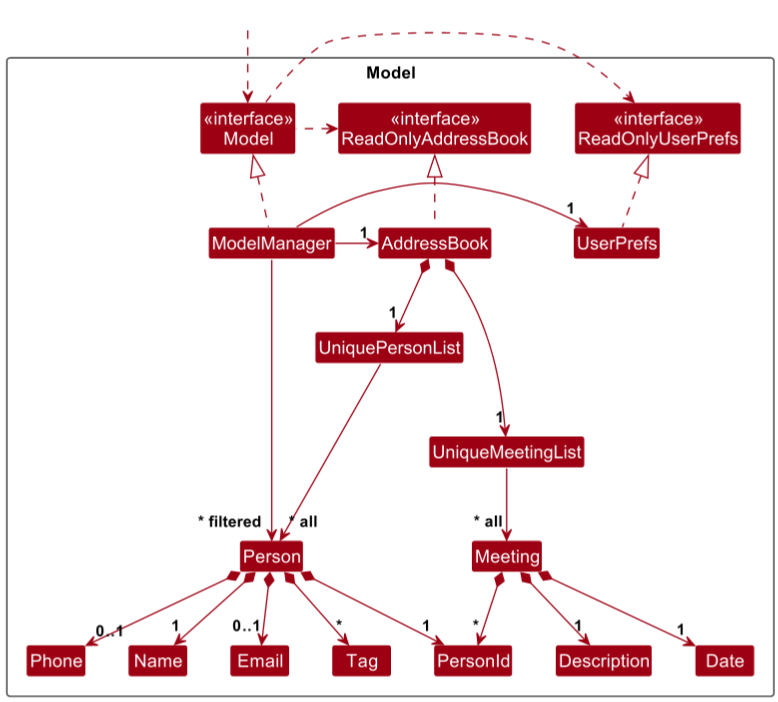
Earlier version of the PlantUML export docs/images/ModelClassDiagram.png (AY2526S2-CS2103T-T12-3/tp). Its source is kept beside it as docs/diagrams/ModelClassDiagram.puml.
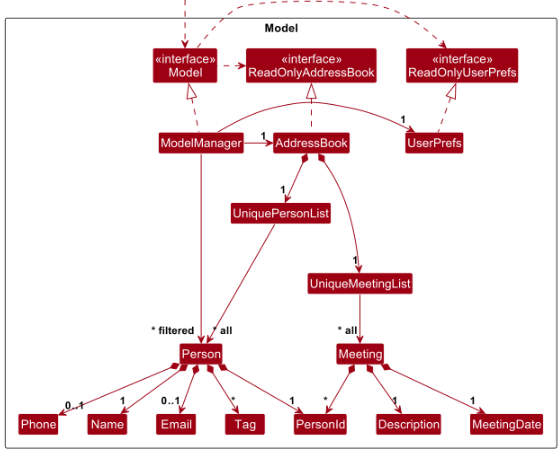
The same diagram one commit later.

Change to the diagram source:
```diff
@@ -23,7 +23,7 @@
 Class UniqueMeetingList
 Class Meeting
 Class Description
-Class Date
+Class MeetingDate
 
 Class I #FFFFFF
 }
@@ -51,7 +51,7 @@
 Person *--> "*" Tag
 
 Meeting *--> "*" PersonId
-Meeting *--> "1" Date
+Meeting *--> "1" MeetingDate
 Meeting *--> "1" Description
 
 Person -[hidden]up--> I
```
